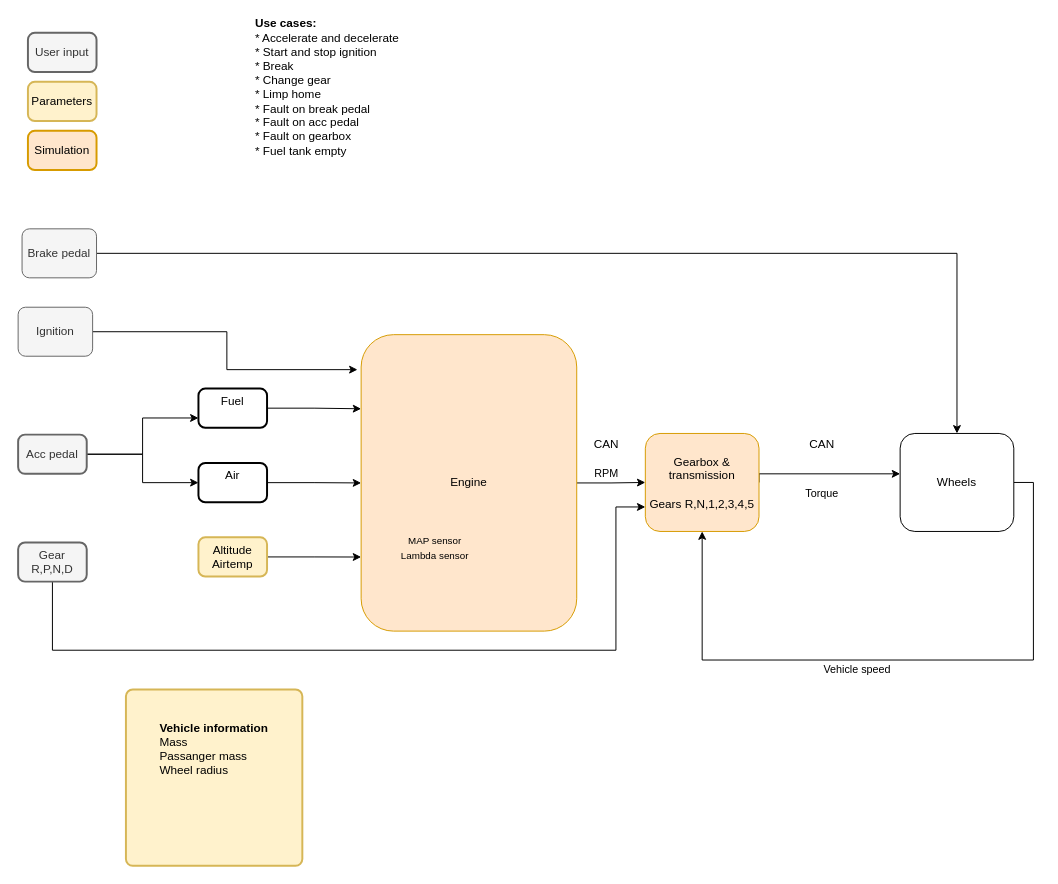
Earlier version of the draw.io diagram project/project_brainstorm.drawio (rickardljung/bootcamp_course). Source tidied: cells renumbered, new cells numbered last; positions are measured from the earlier drawing's top-left corner, leaving out a move shared by most shapes. Both pictures are drawn from the tidied source at 98%, with x=0, y=0 at pixel (18, 18).
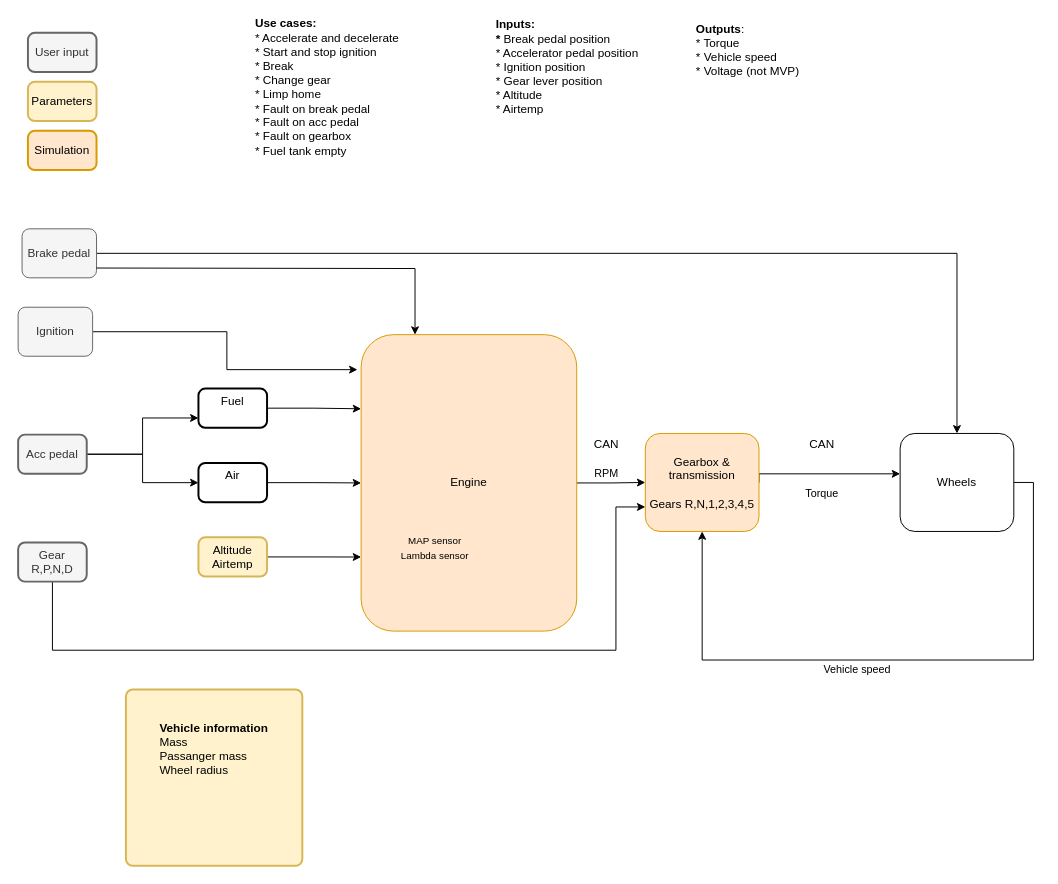
The same page after the edit.

The change refers to these unchanged cells:
```xml
<mxCell id="4" value="Engine" style="rounded=1;whiteSpace=wrap;html=1;fontSize=12;glass=0;strokeWidth=1;shadow=0;fillColor=#ffe6cc;strokeColor=#d79b00;" parent="1" vertex="1">
  <mxGeometry x="350" y="323" width="220" height="302.5" as="geometry" />
</mxCell>
```

Change to the diagram source:
```diff
@@
+    <mxCell id="33" value="&lt;div align=&quot;left&quot;&gt;&lt;b&gt;Inputs:&lt;/b&gt;&lt;/div&gt;&lt;div align=&quot;left&quot;&gt;&lt;b&gt;* &lt;/b&gt;Break pedal position&lt;/div&gt;&lt;div align=&quot;left&quot;&gt;* Accelerator pedal position&lt;/div&gt;&lt;div align=&quot;left&quot;&gt;* Ignition position&lt;/div&gt;&lt;div align=&quot;left&quot;&gt;* Gear lever position&lt;/div&gt;&lt;div align=&quot;left&quot;&gt;* Altitude&lt;/div&gt;&lt;div align=&quot;left&quot;&gt;* Airtemp&lt;br&gt;&lt;/div&gt;" style="text;html=1;align=center;verticalAlign=middle;" parent="1" vertex="1">
+      <mxGeometry x="465" width="190" height="100" as="geometry" />
+    </mxCell>
+    <mxCell id="34" value="&lt;div align=&quot;left&quot;&gt;&lt;b&gt;Outputs&lt;/b&gt;:&lt;/div&gt;&lt;div align=&quot;left&quot;&gt;* Torque&lt;/div&gt;&lt;div align=&quot;left&quot;&gt;* Vehicle speed&lt;/div&gt;&lt;div align=&quot;left&quot;&gt;* Voltage (not MVP)&lt;br&gt;&lt;/div&gt;&lt;div align=&quot;left&quot;&gt;&lt;br&gt;&lt;/div&gt;" style="text;html=1;align=left;verticalAlign=middle;" parent="1" vertex="1">
+      <mxGeometry x="690" width="140" height="80" as="geometry" />
+    </mxCell>
+    <mxCell id="35" style="edgeStyle=orthogonalEdgeStyle;rounded=0;jettySize=auto;html=1;entryX=0.25;entryY=0;entryDx=0;entryDy=0;" parent="1" edge="1" target="4">
+      <mxGeometry relative="1" as="geometry">
+        <mxPoint x="80" y="255" as="sourcePoint" />
+      </mxGeometry>
+    </mxCell>
```
